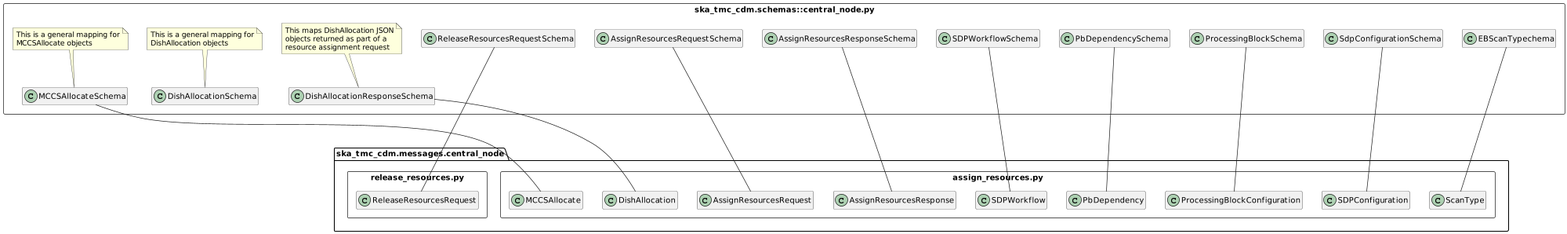
Before: docs/src/developer/schema_cn.png, a diagram exported from PlantUML (ska-telescope/cdm-shared-library).
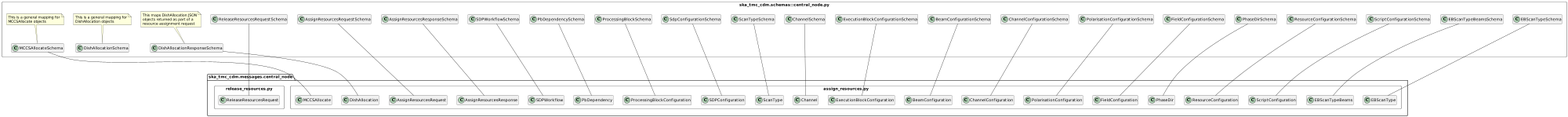
After the commit.

Commit message:
NAK-111 schema_cn update

What changed in the source:
```diff
@@ -32,7 +32,18 @@
 			resource assignment request
 		end note
 
-        class EBScanTypechema
+        class ScanTypeSchema
+        class ChannelSchema
+        class ExecutionBlockConfigurationSchema
+        class BeamConfigurationSchema
+        class ChannelConfigurationSchema
+        class PolarisationConfigurationSchema
+        class FieldConfigurationSchema
+        class PhaseDirSchema
+        class ResourceConfigurationSchema
+        class ScriptConfigurationSchema
+        class EBScanTypeBeamsSchema
+        class EBScanTypeSchema
 	}
 }
 
@@ -47,6 +58,17 @@
         class ProcessingBlockConfiguration
         class SDPConfiguration
         class MCCSAllocate
+        class Channel
+        class ExecutionBlockConfiguration
+        class BeamConfiguration
+        class ChannelConfiguration
+        class PolarisationConfiguration
+        class FieldConfiguration
+        class PhaseDir
+        class ResourceConfiguration
+        class ScriptConfiguration
+        class EBScanTypeBeams
+        class EBScanType
 	}
 
 	package release_resources.py <<Rectangle>> {
@@ -58,10 +80,21 @@
 AssignResourcesRequestSchema --- AssignResourcesRequest
 AssignResourcesResponseSchema --- AssignResourcesResponse
 ReleaseResourcesRequestSchema --- ReleaseResourcesRequest
-EBScanTypechema --- ScanType
+ScanTypeSchema --- ScanType
 SDPWorkflowSchema --- SDPWorkflow
 PbDependencySchema --- PbDependency
 ProcessingBlockSchema --- ProcessingBlockConfiguration
 SdpConfigurationSchema --- SDPConfiguration
 MCCSAllocateSchema --- MCCSAllocate
+ChannelSchema --- Channel
+ExecutionBlockConfigurationSchema --- ExecutionBlockConfiguration
+BeamConfigurationSchema --- BeamConfiguration
+ChannelConfigurationSchema -- ChannelConfiguration
+PolarisationConfigurationSchema -- PolarisationConfiguration
+FieldConfigurationSchema --- FieldConfiguration
+PhaseDirSchema --- PhaseDir
+ResourceConfigurationSchema --- ResourceConfiguration
+ScriptConfigurationSchema --- ScriptConfiguration
+EBScanTypeBeamsSchema --- EBScanTypeBeams
+EBScanTypeSchema --- EBScanType
 @enduml
```
